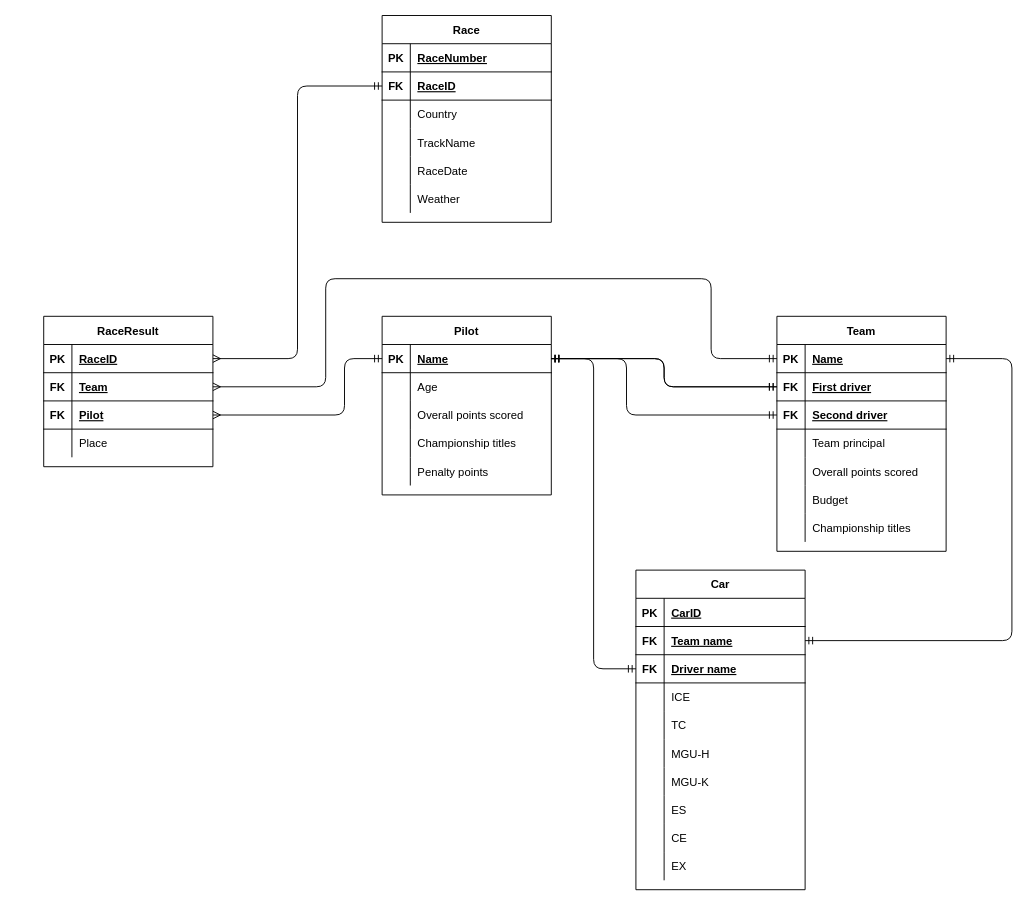
Before: F1Statistics.drawio in shlkn/SQL-postgres-, a draw.io diagram. Source tidied: cells renumbered, new cells numbered last; positions are measured from the earlier drawing's top-left corner, leaving out a move shared by most shapes. Both pictures are drawn from the tidied source at 94%, with x=0, y=0 at pixel (43, 15).
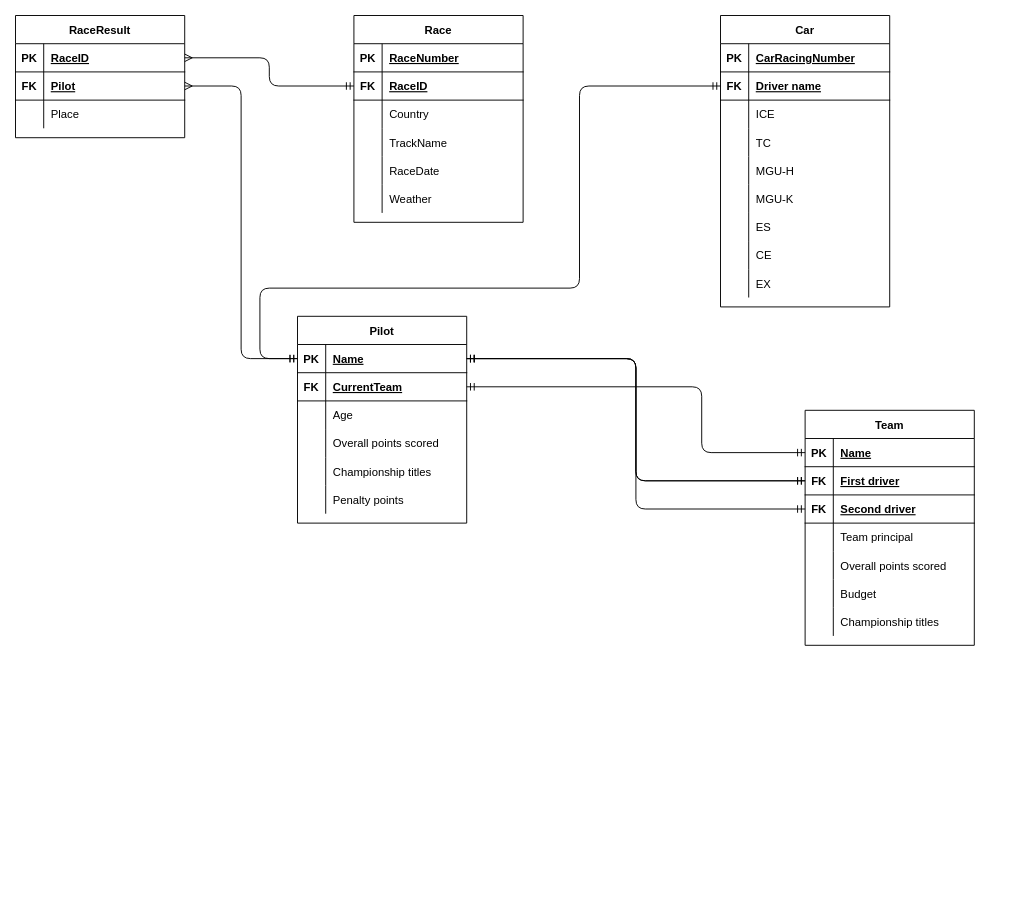
The same page after the edit.

Unchanged cells that the change refers to:
```xml
<mxCell id="3" style="shape=tableRow;horizontal=0;startSize=0;swimlaneHead=0;swimlaneBody=0;fillColor=none;points=[[0,0.5],[1,0.5]];portConstraint=eastwest;top=0;left=0;right=0;bottom=1;" parent="2" vertex="1">
  <mxGeometry y="30" width="180" height="30" as="geometry" />
</mxCell>
<mxCell id="6" style="shape=tableRow;horizontal=0;startSize=0;swimlaneHead=0;swimlaneBody=0;fillColor=none;points=[[0,0.5],[1,0.5]];portConstraint=eastwest;top=0;left=0;right=0;bottom=1;" parent="2" vertex="1">
  <mxGeometry y="60" width="180" height="30" as="geometry" />
</mxCell>
<mxCell id="9" style="shape=tableRow;horizontal=0;startSize=0;swimlaneHead=0;swimlaneBody=0;fillColor=none;points=[[0,0.5],[1,0.5]];portConstraint=eastwest;top=0;left=0;right=0;bottom=1;" parent="2" vertex="1">
  <mxGeometry y="90" width="180" height="30" as="geometry" />
</mxCell>
<mxCell id="25" style="shape=tableRow;horizontal=0;startSize=0;swimlaneHead=0;swimlaneBody=0;fillColor=none;points=[[0,0.5],[1,0.5]];portConstraint=eastwest;top=0;left=0;right=0;bottom=1;" parent="24" vertex="1">
  <mxGeometry y="30" width="180" height="30" as="geometry" />
</mxCell>
<mxCell id="41" style="shape=tableRow;horizontal=0;startSize=0;swimlaneHead=0;swimlaneBody=0;fillColor=none;top=0;left=0;right=0;bottom=1;" parent="40" vertex="1">
  <mxGeometry y="30" width="180" height="30" as="geometry" />
</mxCell>
```

What changed in the source:
```diff
@@
     <mxCell id="2" value="Team" style="shape=table;startSize=30;childLayout=tableLayout;rowLines=0;fontStyle=1;align=center;" parent="1" vertex="1">
-      <mxGeometry x="780" y="320" width="180" height="250" as="geometry" />
+      <mxGeometry x="810" y="420" width="180" height="250" as="geometry" />
     </mxCell>
@@
     <mxCell id="24" value="Pilot" style="shape=table;startSize=30;childLayout=tableLayout;rowLines=0;fontStyle=1;align=center;" parent="1" vertex="1">
-      <mxGeometry x="360" y="320" width="180" height="190" as="geometry" />
+      <mxGeometry x="270" y="320" width="180" height="220" as="geometry" />
     </mxCell>
@@
+    <mxCell id="111" style="shape=tableRow;horizontal=0;startSize=0;swimlaneHead=0;swimlaneBody=0;fillColor=none;points=[[0,0.5],[1,0.5]];portConstraint=eastwest;top=0;left=0;right=0;bottom=1;" parent="24" vertex="1">
+      <mxGeometry y="60" width="180" height="30" as="geometry" />
+    </mxCell>
+    <mxCell id="112" value="FK" style="shape=partialRectangle;fillColor=none;top=0;left=0;bottom=0;right=0;fontStyle=1;overflow=hidden;" parent="111" vertex="1">
+      <mxGeometry width="30" height="30" as="geometry" />
+    </mxCell>
+    <mxCell id="113" value="CurrentTeam" style="shape=partialRectangle;fillColor=none;top=0;left=0;bottom=0;right=0;align=left;spacingLeft=6;fontStyle=5;overflow=hidden;" parent="111" vertex="1">
+      <mxGeometry x="30" width="150" height="30" as="geometry" />
+    </mxCell>
     <mxCell id="28" style="shape=tableRow;horizontal=0;startSize=0;swimlaneHead=0;swimlaneBody=0;fillColor=none;top=0;left=0;right=0;bottom=0;" parent="24" vertex="1">
-      <mxGeometry y="60" width="180" height="30" as="geometry" />
+      <mxGeometry y="90" width="180" height="30" as="geometry" />
     </mxCell>
@@
     <mxCell id="31" style="shape=tableRow;horizontal=0;startSize=0;swimlaneHead=0;swimlaneBody=0;fillColor=none;top=0;left=0;right=0;bottom=0;" parent="24" vertex="1">
-      <mxGeometry y="90" width="180" height="30" as="geometry" />
+      <mxGeometry y="120" width="180" height="30" as="geometry" />
     </mxCell>
@@
     <mxCell id="34" style="shape=tableRow;horizontal=0;startSize=0;swimlaneHead=0;swimlaneBody=0;fillColor=none;top=0;left=0;right=0;bottom=0;" parent="24" vertex="1">
-      <mxGeometry y="120" width="180" height="30" as="geometry" />
+      <mxGeometry y="150" width="180" height="30" as="geometry" />
     </mxCell>
@@
     <mxCell id="37" style="shape=tableRow;horizontal=0;startSize=0;swimlaneHead=0;swimlaneBody=0;fillColor=none;top=0;left=0;right=0;bottom=0;" parent="24" vertex="1">
-      <mxGeometry y="150" width="180" height="30" as="geometry" />
+      <mxGeometry y="180" width="180" height="30" as="geometry" />
     </mxCell>
@@
     <mxCell id="40" value="Car" style="shape=table;startSize=30;childLayout=tableLayout;rowLines=0;fontStyle=1;align=center;" parent="1" vertex="1">
-      <mxGeometry x="630" y="590" width="180" height="340" as="geometry" />
+      <mxGeometry x="720" width="180" height="310" as="geometry" />
     </mxCell>
@@
-    <mxCell id="43" value="CarID" style="shape=partialRectangle;fillColor=none;top=0;left=0;bottom=0;right=0;align=left;spacingLeft=6;fontStyle=5;overflow=hidden;" parent="41" vertex="1">
+    <mxCell id="43" value="CarRacingNumber" style="shape=partialRectangle;fillColor=none;top=0;left=0;bottom=0;right=0;align=left;spacingLeft=6;fontStyle=5;overflow=hidden;" parent="41" vertex="1">
       <mxGeometry x="30" width="150" height="30" as="geometry" />
     </mxCell>
-    <mxCell id="44" style="shape=tableRow;horizontal=0;startSize=0;swimlaneHead=0;swimlaneBody=0;fillColor=none;points=[[0,0.5],[1,0.5]];portConstraint=eastwest;top=0;left=0;right=0;bottom=1;" parent="40" vertex="1">
-      <mxGeometry y="60" width="180" height="30" as="geometry" />
-    </mxCell>
-    <mxCell id="45" value="FK" style="shape=partialRectangle;fillColor=none;top=0;left=0;bottom=0;right=0;fontStyle=1;overflow=hidden;" parent="44" vertex="1">
-      <mxGeometry width="30" height="30" as="geometry" />
-    </mxCell>
-    <mxCell id="46" value="Team name" style="shape=partialRectangle;fillColor=none;top=0;left=0;bottom=0;right=0;align=left;spacingLeft=6;fontStyle=5;overflow=hidden;" parent="44" vertex="1">
-      <mxGeometry x="30" width="150" height="30" as="geometry" />
-    </mxCell>
     <mxCell id="47" style="shape=tableRow;horizontal=0;startSize=0;swimlaneHead=0;swimlaneBody=0;fillColor=none;points=[[0,0.5],[1,0.5]];portConstraint=eastwest;top=0;left=0;right=0;bottom=1;" parent="40" vertex="1">
-      <mxGeometry y="90" width="180" height="30" as="geometry" />
+      <mxGeometry y="60" width="180" height="30" as="geometry" />
     </mxCell>
@@
     <mxCell id="50" style="shape=tableRow;horizontal=0;startSize=0;swimlaneHead=0;swimlaneBody=0;fillColor=none;top=0;left=0;right=0;bottom=0;" parent="40" vertex="1">
-      <mxGeometry y="120" width="180" height="30" as="geometry" />
+      <mxGeometry y="90" width="180" height="30" as="geometry" />
     </mxCell>
@@
     <mxCell id="53" style="shape=tableRow;horizontal=0;startSize=0;swimlaneHead=0;swimlaneBody=0;fillColor=none;top=0;left=0;right=0;bottom=0;" parent="40" vertex="1">
-      <mxGeometry y="150" width="180" height="30" as="geometry" />
+      <mxGeometry y="120" width="180" height="30" as="geometry" />
     </mxCell>
@@
     <mxCell id="56" style="shape=tableRow;horizontal=0;startSize=0;swimlaneHead=0;swimlaneBody=0;fillColor=none;top=0;left=0;right=0;bottom=0;" parent="40" vertex="1">
-      <mxGeometry y="180" width="180" height="30" as="geometry" />
+      <mxGeometry y="150" width="180" height="30" as="geometry" />
     </mxCell>
@@
     <mxCell id="59" style="shape=tableRow;horizontal=0;startSize=0;swimlaneHead=0;swimlaneBody=0;fillColor=none;top=0;left=0;right=0;bottom=0;" parent="40" vertex="1">
-      <mxGeometry y="210" width="180" height="30" as="geometry" />
+      <mxGeometry y="180" width="180" height="30" as="geometry" />
     </mxCell>
@@
     <mxCell id="62" style="shape=tableRow;horizontal=0;startSize=0;swimlaneHead=0;swimlaneBody=0;fillColor=none;top=0;left=0;right=0;bottom=0;" parent="40" vertex="1">
-      <mxGeometry y="240" width="180" height="30" as="geometry" />
+      <mxGeometry y="210" width="180" height="30" as="geometry" />
     </mxCell>
@@
     <mxCell id="65" style="shape=tableRow;horizontal=0;startSize=0;swimlaneHead=0;swimlaneBody=0;fillColor=none;top=0;left=0;right=0;bottom=0;" parent="40" vertex="1">
-      <mxGeometry y="270" width="180" height="30" as="geometry" />
+      <mxGeometry y="240" width="180" height="30" as="geometry" />
     </mxCell>
@@
     <mxCell id="68" style="shape=tableRow;horizontal=0;startSize=0;swimlaneHead=0;swimlaneBody=0;fillColor=none;top=0;left=0;right=0;bottom=0;" parent="40" vertex="1">
-      <mxGeometry y="300" width="180" height="30" as="geometry" />
+      <mxGeometry y="270" width="180" height="30" as="geometry" />
     </mxCell>
@@
     <mxCell id="71" value="Race" style="shape=table;startSize=30;childLayout=tableLayout;rowLines=0;fontStyle=1;align=center;" parent="1" vertex="1">
-      <mxGeometry x="360" width="180" height="220" as="geometry" />
+      <mxGeometry x="330" width="180" height="220" as="geometry" />
     </mxCell>
@@
     <mxCell id="92" style="edgeStyle=orthogonalEdgeStyle;rounded=1;jettySize=auto;html=1;exitX=0;exitY=0.5;exitDx=0;exitDy=0;entryX=1;entryY=0.5;entryDx=0;entryDy=0;startArrow=ERmandOne;startFill=0;endArrow=ERmandOne;endFill=0;" parent="1" edge="1" source="9" target="25">
       <mxGeometry relative="1" as="geometry">
         <Array as="points">
-          <mxPoint x="620" y="425" />
-          <mxPoint x="620" y="365" />
+          <mxPoint x="630" y="525" />
+          <mxPoint x="630" y="365" />
         </Array>
       </mxGeometry>
     </mxCell>
-    <mxCell id="93" style="edgeStyle=orthogonalEdgeStyle;rounded=1;jettySize=auto;html=1;exitX=1;exitY=0.5;exitDx=0;exitDy=0;entryX=1;entryY=0.5;entryDx=0;entryDy=0;startArrow=ERmandOne;startFill=0;endArrow=ERmandOne;endFill=0;" parent="1" edge="1" source="44" target="3">
-      <mxGeometry relative="1" as="geometry">
-        <Array as="points">
-          <mxPoint x="1030" y="665" />
-          <mxPoint x="1030" y="365" />
-        </Array>
-      </mxGeometry>
-    </mxCell>
-    <mxCell id="94" style="edgeStyle=orthogonalEdgeStyle;rounded=1;jettySize=auto;html=1;exitX=0;exitY=0.5;exitDx=0;exitDy=0;entryX=1;entryY=0.5;entryDx=0;entryDy=0;startArrow=ERmandOne;startFill=0;endArrow=ERmandOne;endFill=0;" parent="1" edge="1" source="47" target="25">
-      <mxGeometry relative="1" as="geometry" />
+    <mxCell id="94" style="edgeStyle=orthogonalEdgeStyle;rounded=1;jettySize=auto;html=1;exitX=0;exitY=0.5;exitDx=0;exitDy=0;entryX=0;entryY=0.5;entryDx=0;entryDy=0;startArrow=ERmandOne;startFill=0;endArrow=ERmandOne;endFill=0;" parent="1" edge="1" source="47" target="25">
+      <mxGeometry relative="1" as="geometry">
+        <Array as="points">
+          <mxPoint x="570" y="75" />
+          <mxPoint x="570" y="290" />
+          <mxPoint x="230" y="290" />
+          <mxPoint x="230" y="365" />
+        </Array>
+      </mxGeometry>
     </mxCell>
     <mxCell id="95" style="edgeStyle=orthogonalEdgeStyle;rounded=1;jettySize=auto;html=1;exitX=0;exitY=0.5;exitDx=0;exitDy=0;entryX=1;entryY=0.5;entryDx=0;entryDy=0;startArrow=ERmandOne;startFill=0;endArrow=ERmandOne;endFill=0;" parent="1" edge="1" source="6" target="25">
-      <mxGeometry relative="1" as="geometry" />
+      <mxGeometry relative="1" as="geometry">
+        <Array as="points">
+          <mxPoint x="630" y="495" />
+          <mxPoint x="630" y="365" />
+        </Array>
+      </mxGeometry>
     </mxCell>
     <mxCell id="96" value="RaceResult" style="shape=table;startSize=30;childLayout=tableLayout;rowLines=0;fontStyle=1;align=center;" parent="1" vertex="1">
-      <mxGeometry y="320" width="180" height="160" as="geometry" />
+      <mxGeometry x="-30" width="180" height="130" as="geometry" />
     </mxCell>
@@
-    <mxCell id="100" style="shape=tableRow;horizontal=0;startSize=0;swimlaneHead=0;swimlaneBody=0;fillColor=none;points=[[0,0.5],[1,0.5]];portConstraint=eastwest;top=0;left=0;right=0;bottom=1;" parent="96" vertex="1">
-      <mxGeometry y="60" width="180" height="30" as="geometry" />
-    </mxCell>
-    <mxCell id="101" value="FK" style="shape=partialRectangle;fillColor=none;top=0;left=0;bottom=0;right=0;fontStyle=1;overflow=hidden;" parent="100" vertex="1">
-      <mxGeometry width="30" height="30" as="geometry" />
-    </mxCell>
-    <mxCell id="102" value="Team" style="shape=partialRectangle;fillColor=none;top=0;left=0;bottom=0;right=0;align=left;spacingLeft=6;fontStyle=5;overflow=hidden;" parent="100" vertex="1">
-      <mxGeometry x="30" width="150" height="30" as="geometry" />
-    </mxCell>
     <mxCell id="103" style="shape=tableRow;horizontal=0;startSize=0;swimlaneHead=0;swimlaneBody=0;fillColor=none;points=[[0,0.5],[1,0.5]];portConstraint=eastwest;top=0;left=0;right=0;bottom=1;" parent="96" vertex="1">
-      <mxGeometry y="90" width="180" height="30" as="geometry" />
+      <mxGeometry y="60" width="180" height="30" as="geometry" />
     </mxCell>
@@
     <mxCell id="106" style="shape=tableRow;horizontal=0;startSize=0;swimlaneHead=0;swimlaneBody=0;fillColor=none;top=0;left=0;right=0;bottom=0;" parent="96" vertex="1">
-      <mxGeometry y="120" width="180" height="30" as="geometry" />
+      <mxGeometry y="90" width="180" height="30" as="geometry" />
     </mxCell>
@@
-    <mxCell id="109" style="edgeStyle=orthogonalEdgeStyle;rounded=1;jettySize=auto;html=1;entryX=0;entryY=0.5;entryDx=0;entryDy=0;startArrow=ERmany;startFill=0;endArrow=ERmandOne;endFill=0;" parent="1" edge="1" source="100" target="3">
+    <mxCell id="109" style="edgeStyle=orthogonalEdgeStyle;rounded=1;jettySize=auto;html=1;entryX=0;entryY=0.5;entryDx=0;entryDy=0;startArrow=ERmany;startFill=0;endArrow=ERmandOne;endFill=0;" parent="1" edge="1" target="3">
       <mxGeometry relative="1" as="geometry">
         <Array as="points">
           <mxPoint x="300" y="395" />
           <mxPoint x="300" y="280" />
           <mxPoint x="710" y="280" />
           <mxPoint x="710" y="365" />
         </Array>
       </mxGeometry>
     </mxCell>
-    <mxCell id="110" style="edgeStyle=orthogonalEdgeStyle;rounded=1;jettySize=auto;html=1;startArrow=ERmany;startFill=0;endArrow=ERmandOne;endFill=0;" parent="1" edge="1" source="103" target="25">
+    <mxCell id="110" style="edgeStyle=orthogonalEdgeStyle;rounded=1;jettySize=auto;html=1;startArrow=ERmany;startFill=0;endArrow=ERmandOne;endFill=0;exitX=1;exitY=0.5;exitDx=0;exitDy=0;" parent="1" edge="1" source="103" target="25">
       <mxGeometry relative="1" as="geometry">
         <Array as="points">
-          <mxPoint x="320" y="425" />
-          <mxPoint x="320" y="365" />
+          <mxPoint x="210" y="75" />
+          <mxPoint x="210" y="365" />
         </Array>
       </mxGeometry>
     </mxCell>
+    <mxCell id="114" style="edgeStyle=orthogonalEdgeStyle;rounded=1;jettySize=auto;html=1;entryX=0;entryY=0.5;entryDx=0;entryDy=0;startArrow=ERmandOne;startFill=0;endArrow=ERmandOne;endFill=0;" parent="1" edge="1" source="111" target="3">
+      <mxGeometry relative="1" as="geometry">
+        <Array as="points">
+          <mxPoint x="700" y="395" />
+          <mxPoint x="700" y="465" />
+        </Array>
+      </mxGeometry>
+    </mxCell>
```
